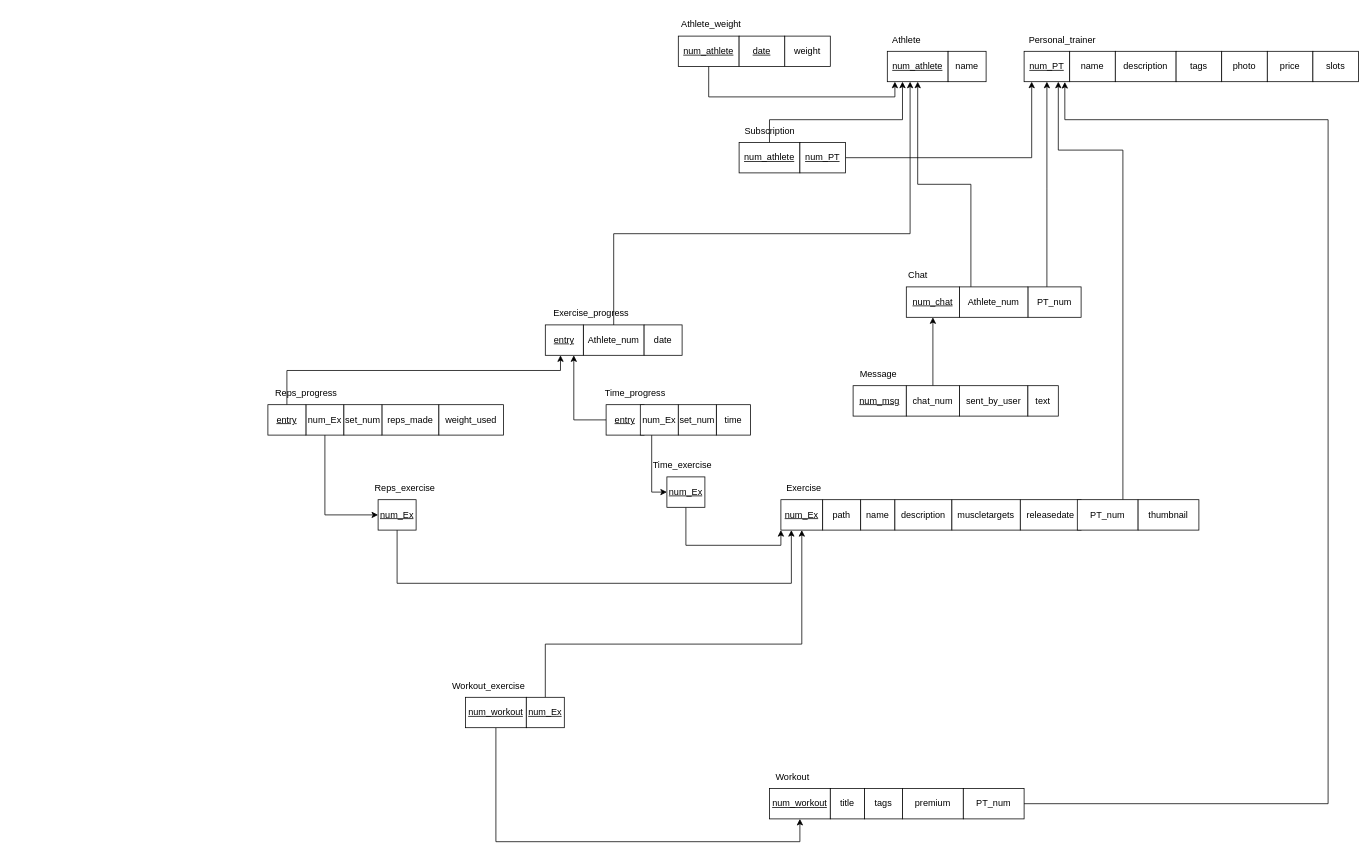
Earlier version of the draw.io diagram ER.drawio (gabrielcosta99/BDProject). Source tidied: cells renumbered, new cells numbered last; positions are measured from the earlier drawing's top-left corner, leaving out a move shared by most shapes. Both pictures are drawn from the tidied source at 76%, with x=0, y=0 at pixel (268, 13).
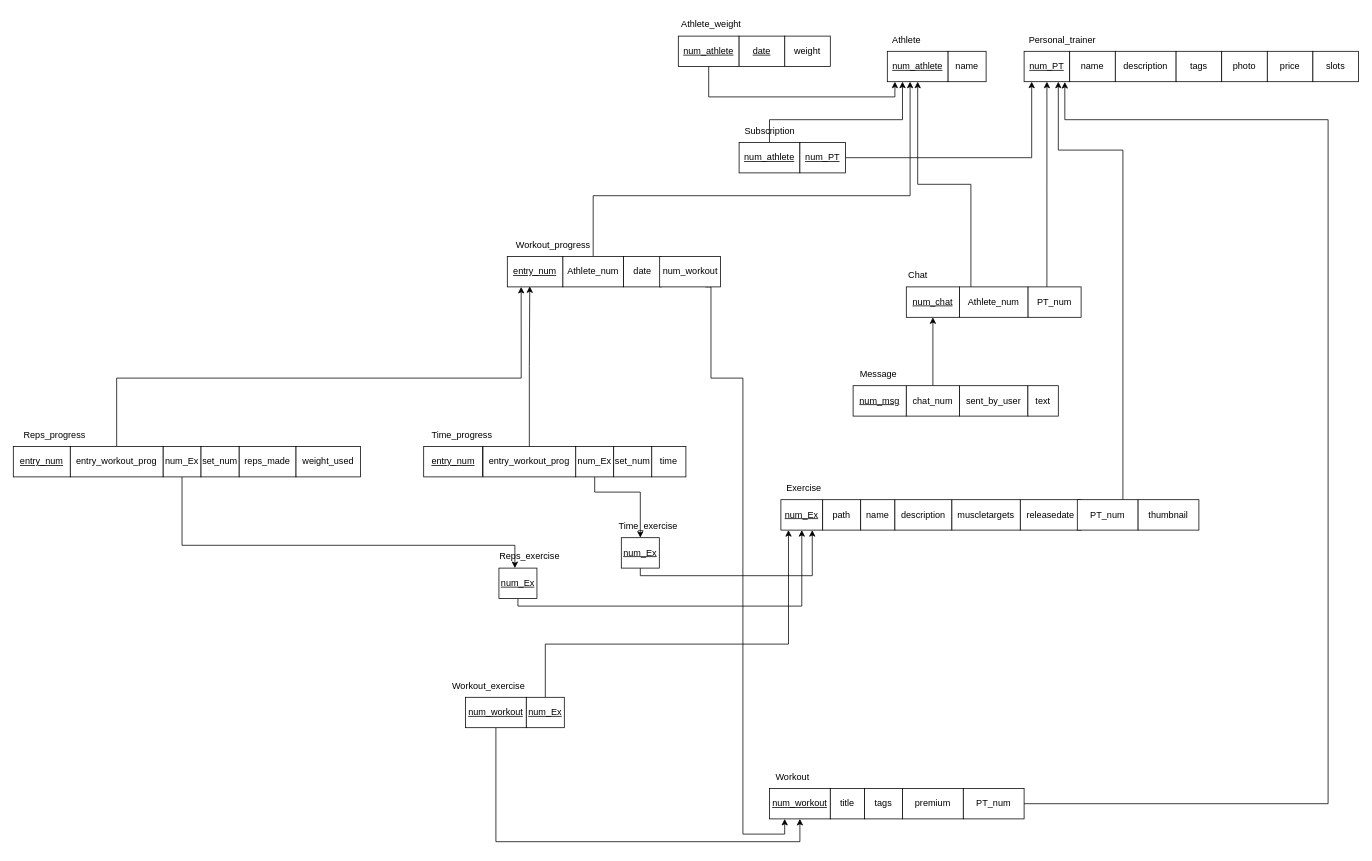
After the change.

Unchanged cells that the change refers to:
```xml
<mxCell id="4" value="&lt;u&gt;num_athlete&lt;/u&gt;" style="whiteSpace=wrap;html=1;" parent="1" vertex="1">
  <mxGeometry x="815" y="50" width="80" height="40" as="geometry" />
</mxCell>
<mxCell id="6" value="&lt;u&gt;num_Ex&lt;/u&gt;" style="whiteSpace=wrap;html=1;" parent="1" vertex="1">
  <mxGeometry x="675" y="640" width="55" height="40" as="geometry" />
</mxCell>
<mxCell id="41" value="&lt;u&gt;num_workout&lt;/u&gt;" style="whiteSpace=wrap;html=1;" parent="1" vertex="1">
  <mxGeometry x="660" y="1020" width="80" height="40" as="geometry" />
</mxCell>
<mxCell id="58" value="&lt;u&gt;num_Ex&lt;/u&gt;" style="whiteSpace=wrap;html=1;" parent="1" vertex="1">
  <mxGeometry x="340" y="900" width="50" height="40" as="geometry" />
</mxCell>
```

Diff of the diagram source:
```diff
@@
-    <mxCell id="43" style="edgeStyle=orthogonalEdgeStyle;rounded=0;jettySize=auto;html=1;entryX=0.5;entryY=1;entryDx=0;entryDy=0;" parent="1" edge="1" source="58" target="6">
+    <mxCell id="43" style="edgeStyle=orthogonalEdgeStyle;rounded=0;jettySize=auto;html=1;" parent="1" edge="1" source="58">
       <mxGeometry relative="1" as="geometry">
+        <mxPoint x="685" y="680" as="targetPoint" />
         <Array as="points">
           <mxPoint x="365" y="830" />
-          <mxPoint x="703" y="830" />
+          <mxPoint x="685" y="830" />
+          <mxPoint x="685" y="680" />
         </Array>
       </mxGeometry>
     </mxCell>
-    <mxCell id="44" value="Athlete_num" style="whiteSpace=wrap;html=1;" parent="1" vertex="1">
-      <mxGeometry x="415" y="410" width="80" height="40" as="geometry" />
-    </mxCell>
-    <mxCell id="45" value="Exercise_progress" style="text;html=1;align=center;verticalAlign=middle;strokeColor=none;fillColor=none;" parent="1" vertex="1">
-      <mxGeometry x="365" y="380" width="120" height="30" as="geometry" />
-    </mxCell>
-    <mxCell id="46" value="&lt;u&gt;entry&lt;/u&gt;" style="whiteSpace=wrap;html=1;" parent="1" vertex="1">
-      <mxGeometry x="365" y="410" width="50" height="40" as="geometry" />
-    </mxCell>
     <mxCell id="47" value="reps_made" style="whiteSpace=wrap;html=1;" parent="1" vertex="1">
-      <mxGeometry x="150" y="515" width="75" height="40" as="geometry" />
+      <mxGeometry x="-38" y="570" width="75" height="40" as="geometry" />
     </mxCell>
-    <mxCell id="48" style="edgeStyle=orthogonalEdgeStyle;rounded=0;jettySize=auto;html=1;entryX=0;entryY=0.5;entryDx=0;entryDy=0;" parent="1" edge="1" source="49" target="76">
+    <mxCell id="48" style="edgeStyle=orthogonalEdgeStyle;rounded=0;jettySize=auto;html=1;" parent="1" edge="1" source="49" target="76">
       <mxGeometry relative="1" as="geometry">
         <Array as="points">
-          <mxPoint x="75" y="660" />
+          <mxPoint x="-113" y="700" />
+          <mxPoint x="325" y="700" />
         </Array>
       </mxGeometry>
     </mxCell>
     <mxCell id="49" value="num_Ex" style="whiteSpace=wrap;html=1;" parent="1" vertex="1">
-      <mxGeometry x="50" y="515" width="50" height="40" as="geometry" />
+      <mxGeometry x="-138" y="570" width="50" height="40" as="geometry" />
     </mxCell>
-    <mxCell id="50" value="date" style="whiteSpace=wrap;html=1;" parent="1" vertex="1">
-      <mxGeometry x="495" y="410" width="50" height="40" as="geometry" />
-    </mxCell>
     <mxCell id="51" value="set_num" style="whiteSpace=wrap;html=1;" parent="1" vertex="1">
-      <mxGeometry x="100" y="515" width="50" height="40" as="geometry" />
+      <mxGeometry x="-88" y="570" width="50" height="40" as="geometry" />
     </mxCell>
     <mxCell id="52" style="edgeStyle=orthogonalEdgeStyle;rounded=0;jettySize=auto;html=1;entryX=0.375;entryY=1;entryDx=0;entryDy=0;entryPerimeter=0;" parent="1" edge="1" source="44" target="4">
       <mxGeometry relative="1" as="geometry">
         <Array as="points">
-          <mxPoint x="455" y="290" />
-          <mxPoint x="845" y="290" />
+          <mxPoint x="428" y="240" />
+          <mxPoint x="845" y="240" />
         </Array>
       </mxGeometry>
     </mxCell>
@@
     <mxCell id="64" value="Reps_progress" style="text;html=1;align=center;verticalAlign=middle;strokeColor=none;fillColor=none;" parent="1" vertex="1">
-      <mxGeometry y="485" width="100" height="30" as="geometry" />
+      <mxGeometry x="-331" y="540" width="100" height="30" as="geometry" />
     </mxCell>
     <mxCell id="65" value="time" style="whiteSpace=wrap;html=1;" parent="1" vertex="1">
-      <mxGeometry x="590" y="515" width="45" height="40" as="geometry" />
+      <mxGeometry x="505" y="570" width="45" height="40" as="geometry" />
     </mxCell>
     <mxCell id="66" value="Time_progress" style="text;html=1;align=center;verticalAlign=middle;strokeColor=none;fillColor=none;" parent="1" vertex="1">
-      <mxGeometry x="432.5" y="485" width="100" height="30" as="geometry" />
+      <mxGeometry x="205" y="540" width="100" height="30" as="geometry" />
     </mxCell>
-    <mxCell id="67" style="edgeStyle=orthogonalEdgeStyle;rounded=0;jettySize=auto;html=1;" parent="1" edge="1" source="68" target="46">
-      <mxGeometry relative="1" as="geometry">
-        <Array as="points">
-          <mxPoint x="25" y="470" />
-          <mxPoint x="385" y="470" />
-        </Array>
-      </mxGeometry>
-    </mxCell>
-    <mxCell id="68" value="&lt;u&gt;entry&lt;/u&gt;" style="whiteSpace=wrap;html=1;" parent="1" vertex="1">
-      <mxGeometry y="515" width="50" height="40" as="geometry" />
+    <mxCell id="68" value="&lt;u&gt;entry_num&lt;/u&gt;" style="whiteSpace=wrap;html=1;" parent="1" vertex="1">
+      <mxGeometry x="-335" y="570" width="75" height="40" as="geometry" />
     </mxCell>
-    <mxCell id="69" style="edgeStyle=orthogonalEdgeStyle;rounded=0;jettySize=auto;html=1;entryX=0.75;entryY=1;entryDx=0;entryDy=0;" parent="1" edge="1" source="70" target="46">
-      <mxGeometry relative="1" as="geometry" />
-    </mxCell>
-    <mxCell id="70" value="&lt;u&gt;entry&lt;/u&gt;" style="whiteSpace=wrap;html=1;" parent="1" vertex="1">
-      <mxGeometry x="445" y="515" width="50" height="40" as="geometry" />
+    <mxCell id="70" value="&lt;u&gt;entry_num&lt;/u&gt;" style="whiteSpace=wrap;html=1;" parent="1" vertex="1">
+      <mxGeometry x="205" y="570" width="77.5" height="40" as="geometry" />
     </mxCell>
-    <mxCell id="71" style="edgeStyle=orthogonalEdgeStyle;rounded=0;jettySize=auto;html=1;entryX=0;entryY=0.5;entryDx=0;entryDy=0;" parent="1" edge="1" source="72" target="79">
+    <mxCell id="71" style="edgeStyle=orthogonalEdgeStyle;rounded=0;jettySize=auto;html=1;" parent="1" edge="1" source="72" target="79">
       <mxGeometry relative="1" as="geometry">
         <Array as="points">
-          <mxPoint x="505" y="630" />
+          <mxPoint x="430" y="630" />
+          <mxPoint x="490" y="630" />
         </Array>
       </mxGeometry>
     </mxCell>
     <mxCell id="72" value="num_Ex" style="whiteSpace=wrap;html=1;" parent="1" vertex="1">
-      <mxGeometry x="490" y="515" width="50" height="40" as="geometry" />
+      <mxGeometry x="405" y="570" width="50" height="40" as="geometry" />
     </mxCell>
     <mxCell id="73" value="weight_used" style="whiteSpace=wrap;html=1;" parent="1" vertex="1">
-      <mxGeometry x="225" y="515" width="85" height="40" as="geometry" />
+      <mxGeometry x="37" y="570" width="85" height="40" as="geometry" />
     </mxCell>
     <mxCell id="74" value="Reps_exercise" style="text;html=1;align=center;verticalAlign=middle;strokeColor=none;fillColor=none;" parent="1" vertex="1">
-      <mxGeometry x="130" y="610" width="100" height="30" as="geometry" />
+      <mxGeometry x="294" y="700" width="100" height="30" as="geometry" />
     </mxCell>
-    <mxCell id="75" style="edgeStyle=orthogonalEdgeStyle;rounded=0;jettySize=auto;html=1;entryX=0.25;entryY=1;entryDx=0;entryDy=0;" parent="1" edge="1" source="76" target="6">
+    <mxCell id="75" style="edgeStyle=orthogonalEdgeStyle;rounded=0;jettySize=auto;html=1;entryX=0.5;entryY=1;entryDx=0;entryDy=0;" parent="1" edge="1" source="76" target="6">
       <mxGeometry relative="1" as="geometry">
         <Array as="points">
-          <mxPoint x="170" y="750" />
-          <mxPoint x="689" y="750" />
+          <mxPoint x="329" y="780" />
+          <mxPoint x="703" y="780" />
         </Array>
       </mxGeometry>
     </mxCell>
     <mxCell id="76" value="&lt;u&gt;num_Ex&lt;/u&gt;" style="whiteSpace=wrap;html=1;" parent="1" vertex="1">
-      <mxGeometry x="145" y="640" width="50" height="40" as="geometry" />
+      <mxGeometry x="304" y="730" width="50" height="40" as="geometry" />
     </mxCell>
     <mxCell id="77" value="Time_exercise" style="text;html=1;align=center;verticalAlign=middle;strokeColor=none;fillColor=none;" parent="1" vertex="1">
-      <mxGeometry x="495" y="580" width="100" height="30" as="geometry" />
+      <mxGeometry x="450" y="660" width="100" height="30" as="geometry" />
     </mxCell>
-    <mxCell id="78" style="edgeStyle=orthogonalEdgeStyle;rounded=0;jettySize=auto;html=1;entryX=0;entryY=1;entryDx=0;entryDy=0;" parent="1" edge="1" source="79" target="6">
+    <mxCell id="78" style="edgeStyle=orthogonalEdgeStyle;rounded=0;jettySize=auto;html=1;entryX=0.75;entryY=1;entryDx=0;entryDy=0;" parent="1" edge="1" source="79" target="6">
       <mxGeometry relative="1" as="geometry">
         <Array as="points">
-          <mxPoint x="550" y="700" />
-          <mxPoint x="675" y="700" />
+          <mxPoint x="490" y="740" />
+          <mxPoint x="716" y="740" />
         </Array>
       </mxGeometry>
     </mxCell>
     <mxCell id="79" value="&lt;u&gt;num_Ex&lt;/u&gt;" style="whiteSpace=wrap;html=1;" parent="1" vertex="1">
-      <mxGeometry x="525" y="610" width="50" height="40" as="geometry" />
+      <mxGeometry x="465" y="690" width="50" height="40" as="geometry" />
     </mxCell>
     <mxCell id="80" value="set_num" style="whiteSpace=wrap;html=1;" parent="1" vertex="1">
-      <mxGeometry x="540" y="515" width="50" height="40" as="geometry" />
+      <mxGeometry x="455" y="570" width="50" height="40" as="geometry" />
     </mxCell>
@@
+    <mxCell id="83" style="edgeStyle=orthogonalEdgeStyle;rounded=0;jettySize=auto;html=1;entryX=0.25;entryY=1;entryDx=0;entryDy=0;exitX=0.75;exitY=1;exitDx=0;exitDy=0;" parent="1" edge="1" source="86" target="41">
+      <mxGeometry relative="1" as="geometry">
+        <Array as="points">
+          <mxPoint x="583" y="360" />
+          <mxPoint x="583" y="480" />
+          <mxPoint x="625" y="480" />
+          <mxPoint x="625" y="1080" />
+          <mxPoint x="680" y="1080" />
+        </Array>
+      </mxGeometry>
+    </mxCell>
+    <mxCell id="44" value="Athlete_num" style="whiteSpace=wrap;html=1;" parent="1" vertex="1">
+      <mxGeometry x="388" y="320" width="80" height="40" as="geometry" />
+    </mxCell>
+    <mxCell id="84" value="Workout_progress" style="text;html=1;align=center;verticalAlign=middle;strokeColor=none;fillColor=none;" parent="1" vertex="1">
+      <mxGeometry x="315" y="290" width="120" height="30" as="geometry" />
+    </mxCell>
+    <mxCell id="85" value="&lt;u&gt;entry_num&lt;/u&gt;" style="whiteSpace=wrap;html=1;" parent="1" vertex="1">
+      <mxGeometry x="315" y="320" width="73" height="40" as="geometry" />
+    </mxCell>
+    <mxCell id="50" value="date" style="whiteSpace=wrap;html=1;" parent="1" vertex="1">
+      <mxGeometry x="468" y="320" width="50" height="40" as="geometry" />
+    </mxCell>
+    <mxCell id="86" value="num_workout" style="whiteSpace=wrap;html=1;" parent="1" vertex="1">
+      <mxGeometry x="515.5" y="320" width="80" height="40" as="geometry" />
+    </mxCell>
+    <mxCell id="87" style="edgeStyle=orthogonalEdgeStyle;rounded=0;jettySize=auto;html=1;entryX=0.25;entryY=1;entryDx=0;entryDy=0;" parent="1" edge="1" source="88" target="85">
+      <mxGeometry relative="1" as="geometry">
+        <Array as="points">
+          <mxPoint x="-199" y="480" />
+          <mxPoint x="333" y="480" />
+        </Array>
+      </mxGeometry>
+    </mxCell>
+    <mxCell id="88" value="entry_workout_prog" style="whiteSpace=wrap;html=1;" parent="1" vertex="1">
+      <mxGeometry x="-260" y="570" width="122" height="40" as="geometry" />
+    </mxCell>
+    <mxCell id="89" value="entry_workout_prog" style="whiteSpace=wrap;html=1;" parent="1" vertex="1">
+      <mxGeometry x="283" y="570" width="122" height="40" as="geometry" />
+    </mxCell>
+    <mxCell id="90" style="edgeStyle=orthogonalEdgeStyle;rounded=0;jettySize=auto;html=1;entryX=0.405;entryY=0.98;entryDx=0;entryDy=0;entryPerimeter=0;" parent="1" edge="1" source="89" target="85">
+      <mxGeometry relative="1" as="geometry" />
+    </mxCell>
```
